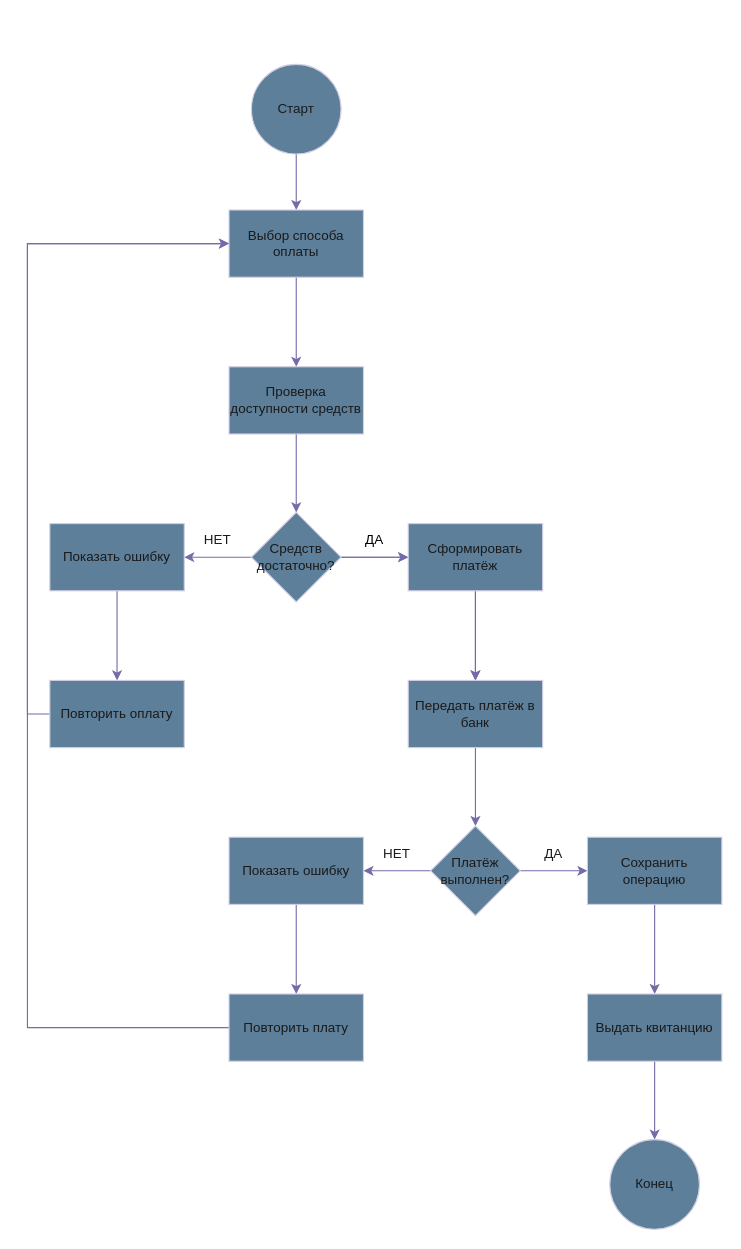
Before: lab1/diagrams/activity.drawio in YasevichMS/visual-programming-labs-yasevich, a draw.io diagram. Source tidied: cells renumbered, new cells numbered last; positions are measured from the earlier drawing's top-left corner, leaving out a move shared by most shapes. Both pictures are drawn from the tidied source at 112%, with x=0, y=0 at pixel (27, 64).
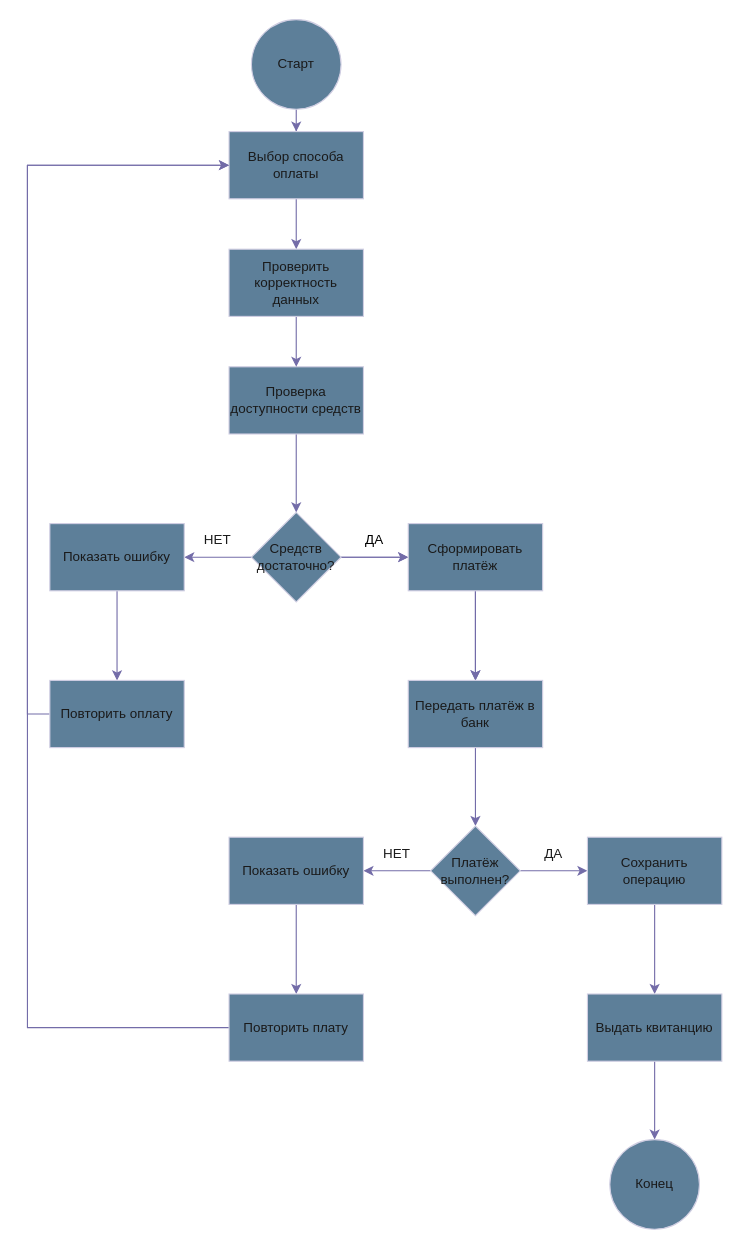
The same page after the edit.

Commit message (it also covers changes not shown here):
Update UML Activity: add minor element

The change refers to these unchanged cells:
```xml
<mxCell id="7" value="Проверка доступности средств" style="rounded=0;whiteSpace=wrap;html=1;fillColor=#5D7F99;strokeColor=#D0CEE2;labelBackgroundColor=none;fontColor=#1A1A1A;" parent="1" vertex="1">
  <mxGeometry x="180" y="270" width="120" height="60" as="geometry" />
</mxCell>
<mxCell id="33" value="Повторить плату" style="whiteSpace=wrap;html=1;fillColor=#5D7F99;strokeColor=#D0CEE2;rounded=0;labelBackgroundColor=none;fontColor=#1A1A1A;" parent="1" vertex="1">
  <mxGeometry x="180" y="830" width="120" height="60" as="geometry" />
</mxCell>
```

What changed in the source:
```diff
@@
-    <mxCell id="2" style="edgeStyle=orthogonalEdgeStyle;rounded=0;jettySize=auto;html=1;entryX=0.5;entryY=0;entryDx=0;entryDy=0;strokeColor=#736CA8;labelBackgroundColor=none;fontColor=default;" parent="1" edge="1" source="3" target="5">
+    <mxCell id="2" style="edgeStyle=orthogonalEdgeStyle;rounded=0;jettySize=auto;html=1;entryX=0.5;entryY=0;entryDx=0;entryDy=0;strokeColor=#736CA8;fontColor=#1A1A1A;" parent="1" edge="1" source="3" target="5">
       <mxGeometry relative="1" as="geometry" />
     </mxCell>
     <mxCell id="3" value="Старт" style="ellipse;whiteSpace=wrap;html=1;fillColor=#5D7F99;fontColor=#1A1A1A;strokeColor=#D0CEE2;labelBackgroundColor=none;" parent="1" vertex="1">
-      <mxGeometry x="200" width="80" height="80" as="geometry" />
+      <mxGeometry x="200" y="-40" width="80" height="80" as="geometry" />
     </mxCell>
-    <mxCell id="4" style="edgeStyle=orthogonalEdgeStyle;rounded=0;jettySize=auto;html=1;strokeColor=#736CA8;labelBackgroundColor=none;fontColor=default;" parent="1" edge="1" source="5" target="7">
-      <mxGeometry relative="1" as="geometry" />
-    </mxCell>
+    <mxCell id="37" style="edgeStyle=orthogonalEdgeStyle;rounded=0;jettySize=auto;html=1;entryX=0.5;entryY=0;entryDx=0;entryDy=0;strokeColor=#736CA8;fontColor=#1A1A1A;" parent="1" edge="1" source="5" target="39">
+      <mxGeometry relative="1" as="geometry" />
+    </mxCell>
     <mxCell id="5" value="Выбор способа оплаты" style="rounded=0;whiteSpace=wrap;html=1;fillColor=#5D7F99;strokeColor=#D0CEE2;labelBackgroundColor=none;fontColor=#1A1A1A;" parent="1" vertex="1">
-      <mxGeometry x="180" y="130" width="120" height="60" as="geometry" />
+      <mxGeometry x="180" y="60" width="120" height="60" as="geometry" />
     </mxCell>
@@
     <mxCell id="32" style="edgeStyle=orthogonalEdgeStyle;rounded=0;jettySize=auto;html=1;entryX=0;entryY=0.5;entryDx=0;entryDy=0;labelBackgroundColor=none;strokeColor=#736CA8;fontColor=default;" parent="1" edge="1" source="33" target="5">
       <mxGeometry relative="1" as="geometry">
         <Array as="points">
           <mxPoint y="860" />
-          <mxPoint y="160" />
+          <mxPoint y="90" />
         </Array>
       </mxGeometry>
     </mxCell>
@@
+    <mxCell id="38" style="edgeStyle=orthogonalEdgeStyle;rounded=0;jettySize=auto;html=1;entryX=0.5;entryY=0;entryDx=0;entryDy=0;strokeColor=#736CA8;fontColor=#1A1A1A;" parent="1" edge="1" source="39" target="7">
+      <mxGeometry relative="1" as="geometry" />
+    </mxCell>
+    <mxCell id="39" value="Проверить корректность данных" style="rounded=0;whiteSpace=wrap;html=1;strokeColor=#D0CEE2;fontColor=#1A1A1A;fillColor=#5D7F99;" parent="1" vertex="1">
+      <mxGeometry x="180" y="165" width="120" height="60" as="geometry" />
+    </mxCell>
```
